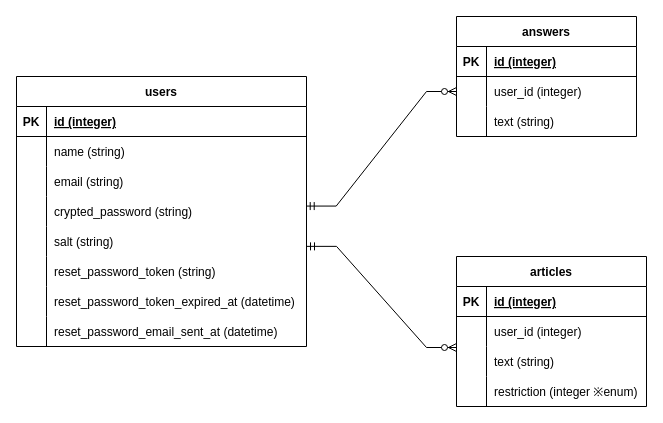
Before: er.drawio in rina006/output_your_feelings, a draw.io diagram. Source tidied: cells renumbered, new cells numbered last; positions are measured from the earlier drawing's top-left corner, leaving out a move shared by most shapes. Both pictures are drawn from the tidied source at 100%, with x=0, y=0 at pixel (16, 16).
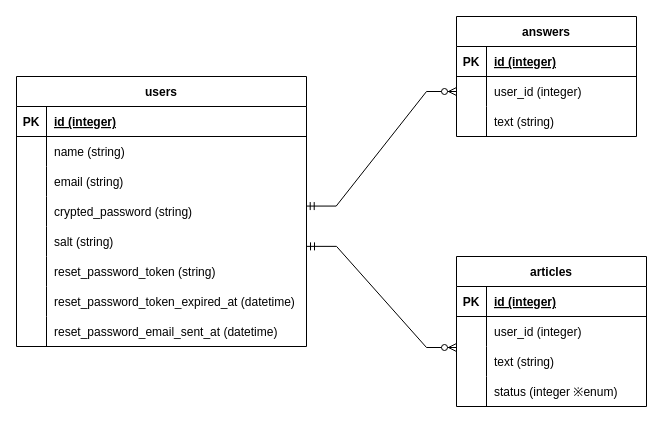
Above is the later version.

Commit message (it also covers changes not shown here):
Fix: カラム名を修正

Unchanged cells that the change refers to:
```xml
<mxCell id="47" style="shape=partialRectangle;fillColor=none;top=0;left=0;bottom=0;right=0;" parent="37" vertex="1">
  <mxGeometry y="120" width="190" height="30" as="geometry" />
</mxCell>
```

Diff of the diagram source:
```diff
@@
-    <mxCell id="49" value="restriction (integer ※enum)" style="shape=partialRectangle;fillColor=none;top=0;left=0;bottom=0;right=0;align=left;spacingLeft=6;overflow=hidden;" parent="47" vertex="1">
+    <mxCell id="49" value="status (integer ※enum)" style="shape=partialRectangle;fillColor=none;top=0;left=0;bottom=0;right=0;align=left;spacingLeft=6;overflow=hidden;" parent="47" vertex="1">
       <mxGeometry x="30" width="160" height="30" as="geometry" />
     </mxCell>
```
